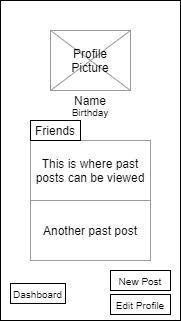
This is ux-design/Profile.png from agile-dev-assignments/user-experience-design-team-luniao-devolved, a draw.io export, as it was before one commit. Source tidied: cells renumbered, new cells last; positions are measured from the earlier drawing's top-left corner, leaving out a move shared by most shapes.
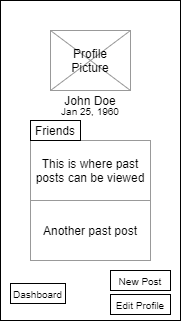
The same diagram one commit later.

Commit message:
Updated Friends and Profile names

What changed in the source:
```diff
@@ -16,11 +16,11 @@
     <mxCell id="5" style="endArrow=none;html=1;entryX=1;entryY=1;entryDx=0;entryDy=0;exitX=0;exitY=0;exitDx=0;exitDy=0;strokeColor=#999999;" parent="1" edge="1" source="3" target="3">
       <mxGeometry relative="1" as="geometry" />
     </mxCell>
-    <mxCell id="6" value="Name" style="text;html=1;strokeColor=none;fillColor=none;align=center;verticalAlign=middle;whiteSpace=wrap;rounded=0;" parent="1" vertex="1">
-      <mxGeometry x="70" y="90" width="40" height="20" as="geometry" />
+    <mxCell id="6" value="John Doe" style="text;html=1;strokeColor=none;fillColor=none;align=center;verticalAlign=middle;whiteSpace=wrap;rounded=0;" parent="1" vertex="1">
+      <mxGeometry x="50" y="90" width="80" height="20" as="geometry" />
     </mxCell>
-    <mxCell id="7" value="&lt;font style=&quot;font-size: 10px&quot;&gt;Birthday&lt;/font&gt;" style="text;html=1;strokeColor=none;fillColor=none;align=center;verticalAlign=middle;whiteSpace=wrap;rounded=0;" parent="1" vertex="1">
-      <mxGeometry x="60" y="101" width="60" height="20" as="geometry" />
+    <mxCell id="7" value="&lt;font style=&quot;font-size: 10px&quot;&gt;Jan 25, 1960&lt;/font&gt;" style="text;html=1;strokeColor=none;fillColor=none;align=center;verticalAlign=middle;whiteSpace=wrap;rounded=0;" parent="1" vertex="1">
+      <mxGeometry x="55" y="100" width="70" height="20" as="geometry" />
     </mxCell>
     <mxCell id="8" value="&lt;font style=&quot;font-size: 10px&quot;&gt;New Post&lt;/font&gt;" style="rounded=0;whiteSpace=wrap;html=1;" parent="1" vertex="1">
       <mxGeometry x="110" y="270" width="60" height="20" as="geometry" />
```
